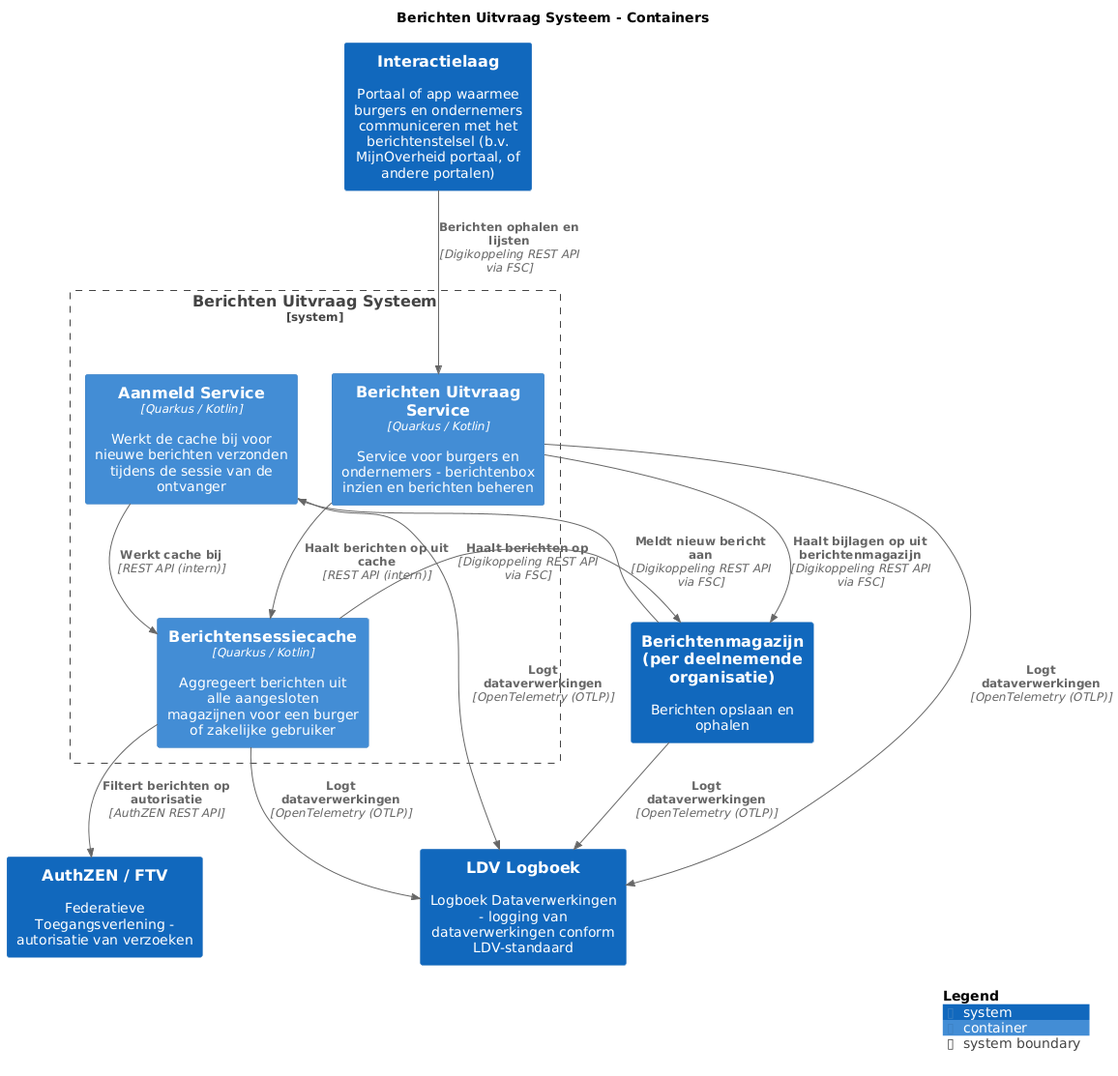
This is master/png/BerichtenUitvraagSysteemContainers.png from MinBZK/moza-poc-fbs-berichtenbox, a PlantUML export, as it was before one commit. The source it was exported from:
```plantuml
@startuml
set separator none
title Berichten Uitvraag Systeem - Containers

top to bottom direction

!include <C4/C4>
!include <C4/C4_Context>
!include <C4/C4_Container>

System(AuthZENFTV, "AuthZEN / FTV", $descr="Federatieve Toegangsverlening - autorisatie van verzoeken", $tags="", $link="")
System(Interactielaag, "Interactielaag", $descr="Portaal of app waarmee burgers en ondernemers communiceren met het berichtenstelsel (b.v. MijnOverheid portaal, of andere portalen)", $tags="", $link="")
System(Berichtenmagazijnperdeelnemendeorganisatie, "Berichtenmagazijn (per deelnemende organisatie)", $descr="Berichten opslaan en ophalen", $tags="", $link="")
System(LDVLogboek, "LDV Logboek", $descr="Logboek Dataverwerkingen - logging van dataverwerkingen conform LDV-standaard", $tags="", $link="")

System_Boundary("BerichtenUitvraagSysteem_boundary", "Berichten Uitvraag Systeem", $tags="") {
  Container(BerichtenUitvraagSysteem.Berichtensessiecache, "Berichtensessiecache", $techn="Quarkus / Kotlin", $descr="Aggregeert berichten uit alle aangesloten magazijnen voor een burger of zakelijke gebruiker", $tags="", $link="")
  Container(BerichtenUitvraagSysteem.BerichtenUitvraagService, "Berichten Uitvraag Service", $techn="Quarkus / Kotlin", $descr="Service voor burgers en ondernemers - berichtenbox inzien en berichten beheren", $tags="", $link="")
  Container(BerichtenUitvraagSysteem.AanmeldService, "Aanmeld Service", $techn="Quarkus / Kotlin", $descr="Werkt de cache bij voor nieuwe berichten verzonden tijdens de sessie van de ontvanger", $tags="", $link="")
}

Rel(BerichtenUitvraagSysteem.Berichtensessiecache, LDVLogboek, "Logt dataverwerkingen", $techn="OpenTelemetry (OTLP)", $tags="", $link="")
Rel(BerichtenUitvraagSysteem.AanmeldService, LDVLogboek, "Logt dataverwerkingen", $techn="OpenTelemetry (OTLP)", $tags="", $link="")
Rel(BerichtenUitvraagSysteem.BerichtenUitvraagService, LDVLogboek, "Logt dataverwerkingen", $techn="OpenTelemetry (OTLP)", $tags="", $link="")
Rel(BerichtenUitvraagSysteem.AanmeldService, BerichtenUitvraagSysteem.Berichtensessiecache, "Werkt cache bij", $techn="REST API (intern)", $tags="", $link="")
Rel(BerichtenUitvraagSysteem.BerichtenUitvraagService, BerichtenUitvraagSysteem.Berichtensessiecache, "Haalt berichten op uit cache", $techn="REST API (intern)", $tags="", $link="")
Rel(Interactielaag, BerichtenUitvraagSysteem.BerichtenUitvraagService, "Berichten ophalen en lijsten", $techn="Digikoppeling REST API via FSC", $tags="", $link="")
Rel(BerichtenUitvraagSysteem.BerichtenUitvraagService, Berichtenmagazijnperdeelnemendeorganisatie, "Haalt bijlagen op uit berichtenmagazijn", $techn="Digikoppeling REST API via FSC", $tags="", $link="")
Rel(Berichtenmagazijnperdeelnemendeorganisatie, BerichtenUitvraagSysteem.AanmeldService, "Meldt nieuw bericht aan", $techn="Digikoppeling REST API via FSC", $tags="", $link="")
Rel(BerichtenUitvraagSysteem.Berichtensessiecache, AuthZENFTV, "Filtert berichten op autorisatie", $techn="AuthZEN REST API", $tags="", $link="")
Rel(BerichtenUitvraagSysteem.Berichtensessiecache, Berichtenmagazijnperdeelnemendeorganisatie, "Haalt berichten op", $techn="Digikoppeling REST API via FSC", $tags="", $link="")
Rel(Berichtenmagazijnperdeelnemendeorganisatie, LDVLogboek, "Logt dataverwerkingen", $techn="OpenTelemetry (OTLP)", $tags="", $link="")

SHOW_LEGEND(true)
@enduml
```
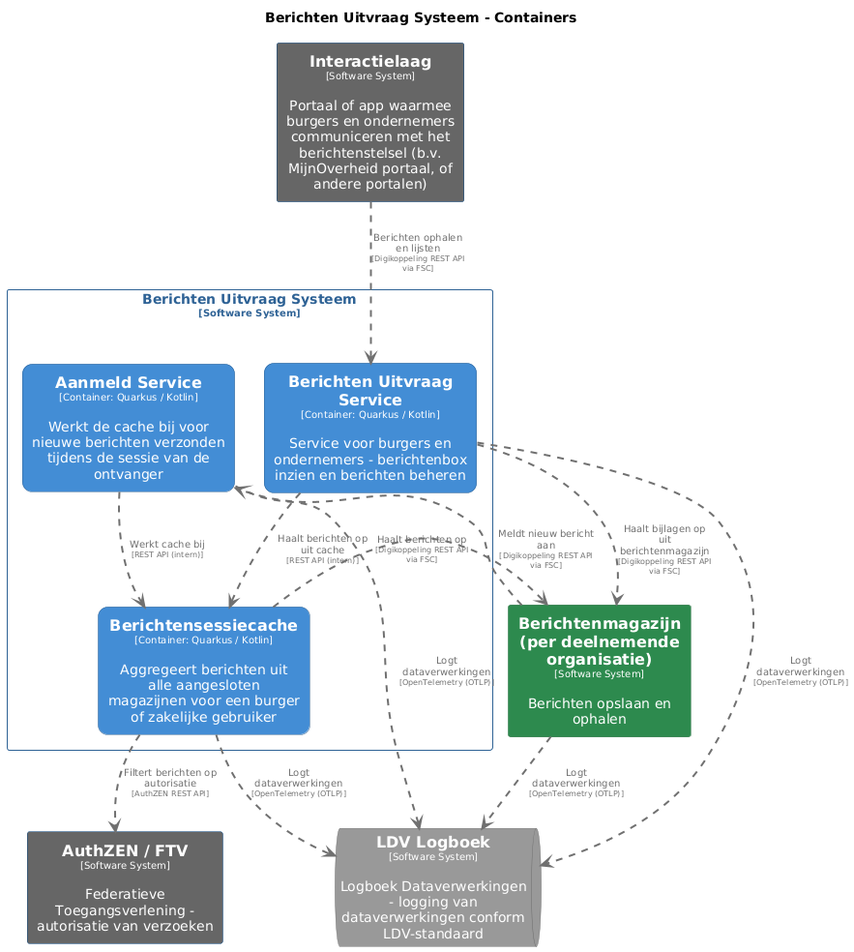
After the change.

Change to the diagram source:
```diff
@@ -3,33 +3,89 @@
 title Berichten Uitvraag Systeem - Containers
 
 top to bottom direction
+skinparam ranksep 60
+skinparam nodesep 30
 
-!include <C4/C4>
-!include <C4/C4_Context>
-!include <C4/C4_Container>
-
-System(AuthZENFTV, "AuthZEN / FTV", $descr="Federatieve Toegangsverlening - autorisatie van verzoeken", $tags="", $link="")
-System(Interactielaag, "Interactielaag", $descr="Portaal of app waarmee burgers en ondernemers communiceren met het berichtenstelsel (b.v. MijnOverheid portaal, of andere portalen)", $tags="", $link="")
-System(Berichtenmagazijnperdeelnemendeorganisatie, "Berichtenmagazijn (per deelnemende organisatie)", $descr="Berichten opslaan en ophalen", $tags="", $link="")
-System(LDVLogboek, "LDV Logboek", $descr="Logboek Dataverwerkingen - logging van dataverwerkingen conform LDV-standaard", $tags="", $link="")
-
-System_Boundary("BerichtenUitvraagSysteem_boundary", "Berichten Uitvraag Systeem", $tags="") {
-  Container(BerichtenUitvraagSysteem.Berichtensessiecache, "Berichtensessiecache", $techn="Quarkus / Kotlin", $descr="Aggregeert berichten uit alle aangesloten magazijnen voor een burger of zakelijke gebruiker", $tags="", $link="")
-  Container(BerichtenUitvraagSysteem.BerichtenUitvraagService, "Berichten Uitvraag Service", $techn="Quarkus / Kotlin", $descr="Service voor burgers en ondernemers - berichtenbox inzien en berichten beheren", $tags="", $link="")
-  Container(BerichtenUitvraagSysteem.AanmeldService, "Aanmeld Service", $techn="Quarkus / Kotlin", $descr="Werkt de cache bij voor nieuwe berichten verzonden tijdens de sessie van de ontvanger", $tags="", $link="")
+skinparam {
+  arrowFontSize 10
+  defaultTextAlignment center
+  wrapWidth 200
+  maxMessageSize 100
 }
 
-Rel(BerichtenUitvraagSysteem.Berichtensessiecache, LDVLogboek, "Logt dataverwerkingen", $techn="OpenTelemetry (OTLP)", $tags="", $link="")
-Rel(BerichtenUitvraagSysteem.AanmeldService, LDVLogboek, "Logt dataverwerkingen", $techn="OpenTelemetry (OTLP)", $tags="", $link="")
-Rel(BerichtenUitvraagSysteem.BerichtenUitvraagService, LDVLogboek, "Logt dataverwerkingen", $techn="OpenTelemetry (OTLP)", $tags="", $link="")
-Rel(BerichtenUitvraagSysteem.AanmeldService, BerichtenUitvraagSysteem.Berichtensessiecache, "Werkt cache bij", $techn="REST API (intern)", $tags="", $link="")
-Rel(BerichtenUitvraagSysteem.BerichtenUitvraagService, BerichtenUitvraagSysteem.Berichtensessiecache, "Haalt berichten op uit cache", $techn="REST API (intern)", $tags="", $link="")
-Rel(Interactielaag, BerichtenUitvraagSysteem.BerichtenUitvraagService, "Berichten ophalen en lijsten", $techn="Digikoppeling REST API via FSC", $tags="", $link="")
-Rel(BerichtenUitvraagSysteem.BerichtenUitvraagService, Berichtenmagazijnperdeelnemendeorganisatie, "Haalt bijlagen op uit berichtenmagazijn", $techn="Digikoppeling REST API via FSC", $tags="", $link="")
-Rel(Berichtenmagazijnperdeelnemendeorganisatie, BerichtenUitvraagSysteem.AanmeldService, "Meldt nieuw bericht aan", $techn="Digikoppeling REST API via FSC", $tags="", $link="")
-Rel(BerichtenUitvraagSysteem.Berichtensessiecache, AuthZENFTV, "Filtert berichten op autorisatie", $techn="AuthZEN REST API", $tags="", $link="")
-Rel(BerichtenUitvraagSysteem.Berichtensessiecache, Berichtenmagazijnperdeelnemendeorganisatie, "Haalt berichten op", $techn="Digikoppeling REST API via FSC", $tags="", $link="")
-Rel(Berichtenmagazijnperdeelnemendeorganisatie, LDVLogboek, "Logt dataverwerkingen", $techn="OpenTelemetry (OTLP)", $tags="", $link="")
+hide stereotype
 
-SHOW_LEGEND(true)
+skinparam rectangle<<BerichtenUitvraagSysteem.AanmeldService>> {
+  BackgroundColor #438dd5
+  FontColor #ffffff
+  BorderColor #2e6295
+  roundCorner 20
+  shadowing false
+}
+skinparam rectangle<<AuthZENFTV>> {
+  BackgroundColor #666666
+  FontColor #ffffff
+  BorderColor #0b4884
+  shadowing false
+}
+skinparam rectangle<<BerichtenUitvraagSysteem.BerichtenUitvraagService>> {
+  BackgroundColor #438dd5
+  FontColor #ffffff
+  BorderColor #2e6295
+  roundCorner 20
+  shadowing false
+}
+skinparam rectangle<<Berichtenmagazijnperdeelnemendeorganisatie>> {
+  BackgroundColor #2d8a4e
+  FontColor #ffffff
+  BorderColor #1e6b38
+  shadowing false
+}
+skinparam rectangle<<BerichtenUitvraagSysteem.Berichtensessiecache>> {
+  BackgroundColor #438dd5
+  FontColor #ffffff
+  BorderColor #2e6295
+  roundCorner 20
+  shadowing false
+}
+skinparam rectangle<<Interactielaag>> {
+  BackgroundColor #666666
+  FontColor #ffffff
+  BorderColor #0b4884
+  shadowing false
+}
+skinparam queue<<LDVLogboek>> {
+  BackgroundColor #999999
+  FontColor #ffffff
+  BorderColor #6b6b6b
+  shadowing false
+}
+skinparam rectangle<<BerichtenUitvraagSysteem>> {
+  BorderColor #2e6295
+  FontColor #2e6295
+  shadowing false
+}
+
+rectangle "==AuthZEN / FTV\n<size:10>[Software System]</size>\n\nFederatieve Toegangsverlening - autorisatie van verzoeken" <<AuthZENFTV>> as AuthZENFTV
+rectangle "==Interactielaag\n<size:10>[Software System]</size>\n\nPortaal of app waarmee burgers en ondernemers communiceren met het berichtenstelsel (b.v. MijnOverheid portaal, of andere portalen)" <<Interactielaag>> as Interactielaag
+rectangle "==Berichtenmagazijn (per deelnemende organisatie)\n<size:10>[Software System]</size>\n\nBerichten opslaan en ophalen" <<Berichtenmagazijnperdeelnemendeorganisatie>> as Berichtenmagazijnperdeelnemendeorganisatie
+queue "==LDV Logboek\n<size:10>[Software System]</size>\n\nLogboek Dataverwerkingen - logging van dataverwerkingen conform LDV-standaard" <<LDVLogboek>> as LDVLogboek
+
+rectangle "Berichten Uitvraag Systeem\n<size:10>[Software System]</size>" <<BerichtenUitvraagSysteem>> {
+  rectangle "==Berichtensessiecache\n<size:10>[Container: Quarkus / Kotlin]</size>\n\nAggregeert berichten uit alle aangesloten magazijnen voor een burger of zakelijke gebruiker" <<BerichtenUitvraagSysteem.Berichtensessiecache>> as BerichtenUitvraagSysteem.Berichtensessiecache
+  rectangle "==Berichten Uitvraag Service\n<size:10>[Container: Quarkus / Kotlin]</size>\n\nService voor burgers en ondernemers - berichtenbox inzien en berichten beheren" <<BerichtenUitvraagSysteem.BerichtenUitvraagService>> as BerichtenUitvraagSysteem.BerichtenUitvraagService
+  rectangle "==Aanmeld Service\n<size:10>[Container: Quarkus / Kotlin]</size>\n\nWerkt de cache bij voor nieuwe berichten verzonden tijdens de sessie van de ontvanger" <<BerichtenUitvraagSysteem.AanmeldService>> as BerichtenUitvraagSysteem.AanmeldService
+}
+
+BerichtenUitvraagSysteem.Berichtensessiecache .[#707070,thickness=2].> LDVLogboek : "<color:#707070>Logt dataverwerkingen\n<color:#707070><size:8>[OpenTelemetry (OTLP)]</size>"
+BerichtenUitvraagSysteem.AanmeldService .[#707070,thickness=2].> LDVLogboek : "<color:#707070>Logt dataverwerkingen\n<color:#707070><size:8>[OpenTelemetry (OTLP)]</size>"
+BerichtenUitvraagSysteem.BerichtenUitvraagService .[#707070,thickness=2].> LDVLogboek : "<color:#707070>Logt dataverwerkingen\n<color:#707070><size:8>[OpenTelemetry (OTLP)]</size>"
+BerichtenUitvraagSysteem.AanmeldService .[#707070,thickness=2].> BerichtenUitvraagSysteem.Berichtensessiecache : "<color:#707070>Werkt cache bij\n<color:#707070><size:8>[REST API (intern)]</size>"
+BerichtenUitvraagSysteem.BerichtenUitvraagService .[#707070,thickness=2].> BerichtenUitvraagSysteem.Berichtensessiecache : "<color:#707070>Haalt berichten op uit cache\n<color:#707070><size:8>[REST API (intern)]</size>"
+Interactielaag .[#707070,thickness=2].> BerichtenUitvraagSysteem.BerichtenUitvraagService : "<color:#707070>Berichten ophalen en lijsten\n<color:#707070><size:8>[Digikoppeling REST API via FSC]</size>"
+BerichtenUitvraagSysteem.BerichtenUitvraagService .[#707070,thickness=2].> Berichtenmagazijnperdeelnemendeorganisatie : "<color:#707070>Haalt bijlagen op uit berichtenmagazijn\n<color:#707070><size:8>[Digikoppeling REST API via FSC]</size>"
+Berichtenmagazijnperdeelnemendeorganisatie .[#707070,thickness=2].> BerichtenUitvraagSysteem.AanmeldService : "<color:#707070>Meldt nieuw bericht aan\n<color:#707070><size:8>[Digikoppeling REST API via FSC]</size>"
+BerichtenUitvraagSysteem.Berichtensessiecache .[#707070,thickness=2].> AuthZENFTV : "<color:#707070>Filtert berichten op autorisatie\n<color:#707070><size:8>[AuthZEN REST API]</size>"
+BerichtenUitvraagSysteem.Berichtensessiecache .[#707070,thickness=2].> Berichtenmagazijnperdeelnemendeorganisatie : "<color:#707070>Haalt berichten op\n<color:#707070><size:8>[Digikoppeling REST API via FSC]</size>"
+Berichtenmagazijnperdeelnemendeorganisatie .[#707070,thickness=2].> LDVLogboek : "<color:#707070>Logt dataverwerkingen\n<color:#707070><size:8>[OpenTelemetry (OTLP)]</size>"
 @enduml
```
